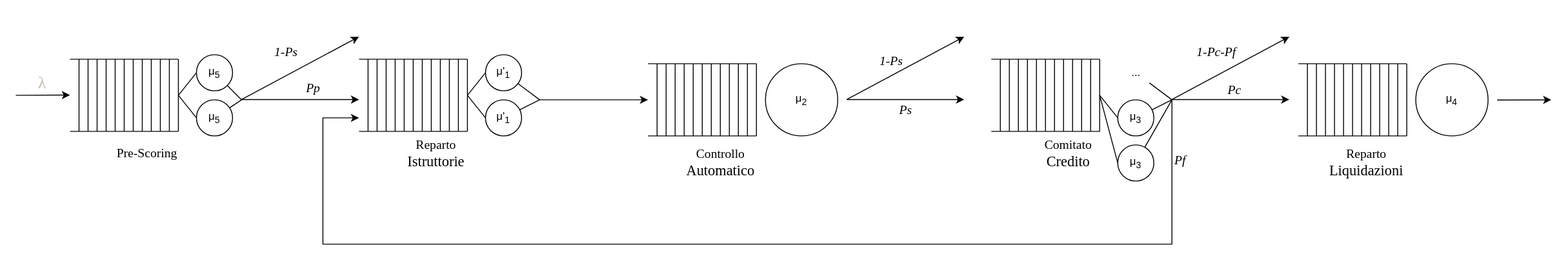
Above: files/improved.svg in EdoMan000/PMCSN_Proj (draw.io), before the change. Source tidied: cells renumbered, new cells last; positions are measured from the earlier drawing's top-left corner, leaving out a move shared by most shapes.
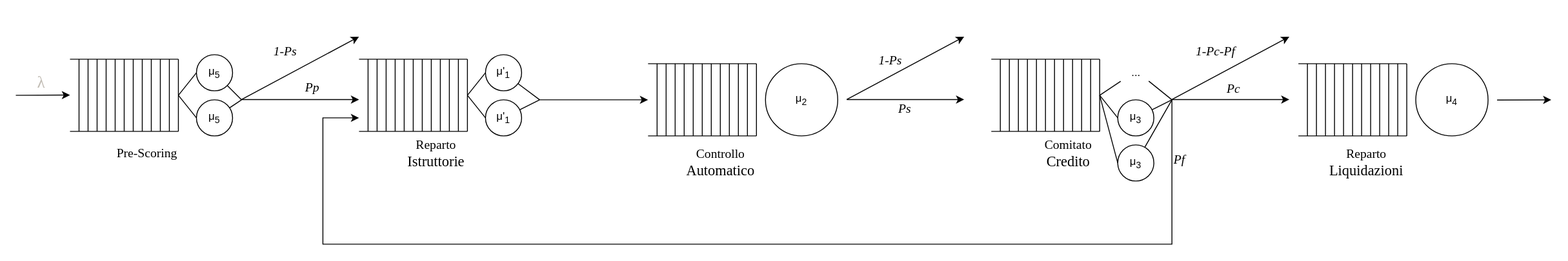
The same file after the commit.

What changed in the source:
```diff
@@ -607,7 +607,7 @@
         <mxPoint x="120" y="95" as="sourcePoint" />
       </mxGeometry>
     </mxCell>
-    <mxCell id="114" style="rounded=0;jettySize=auto;html=1;endArrow=none;endFill=0;" parent="92" edge="1" source="115">
+    <mxCell id="114" style="rounded=0;jettySize=auto;html=1;endArrow=none;endFill=0;exitX=0.978;exitY=0.809;exitDx=0;exitDy=0;exitPerimeter=0;" parent="92" edge="1" source="115">
       <mxGeometry relative="1" as="geometry">
         <mxPoint x="200" y="100" as="targetPoint" />
       </mxGeometry>
@@ -669,5 +669,10 @@
         <mxPoint x="-12" y="-14" as="offset" />
       </mxGeometry>
     </mxCell>
+    <mxCell id="128" style="endArrow=none;html=1;rounded=0;entryX=-0.058;entryY=0.813;entryDx=0;entryDy=0;entryPerimeter=0;" parent="1" edge="1" target="115">
+      <mxGeometry relative="1" as="geometry">
+        <mxPoint x="1200" y="95" as="sourcePoint" />
+      </mxGeometry>
+    </mxCell>
   </root>
 </mxGraphModel>
```
